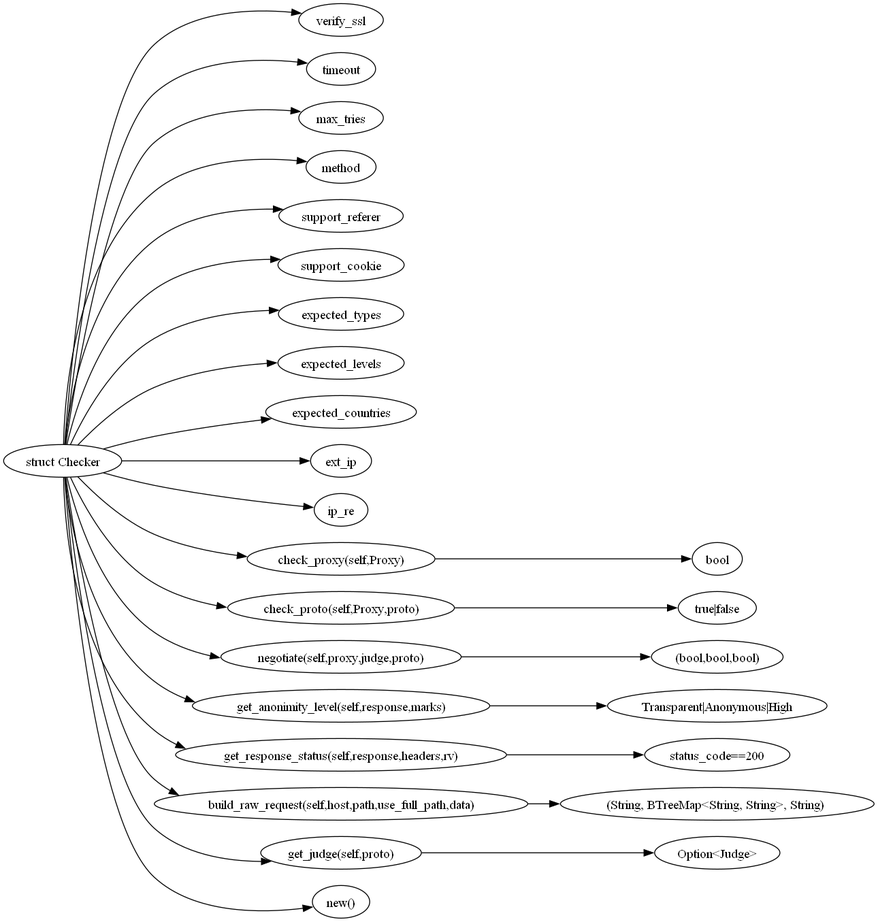
This is docs/checker/checker.c.png from softtiny/proxy.rs, a Graphviz export, as it was before one commit. Its source is kept beside it as docs/checker/checker.c.dot.
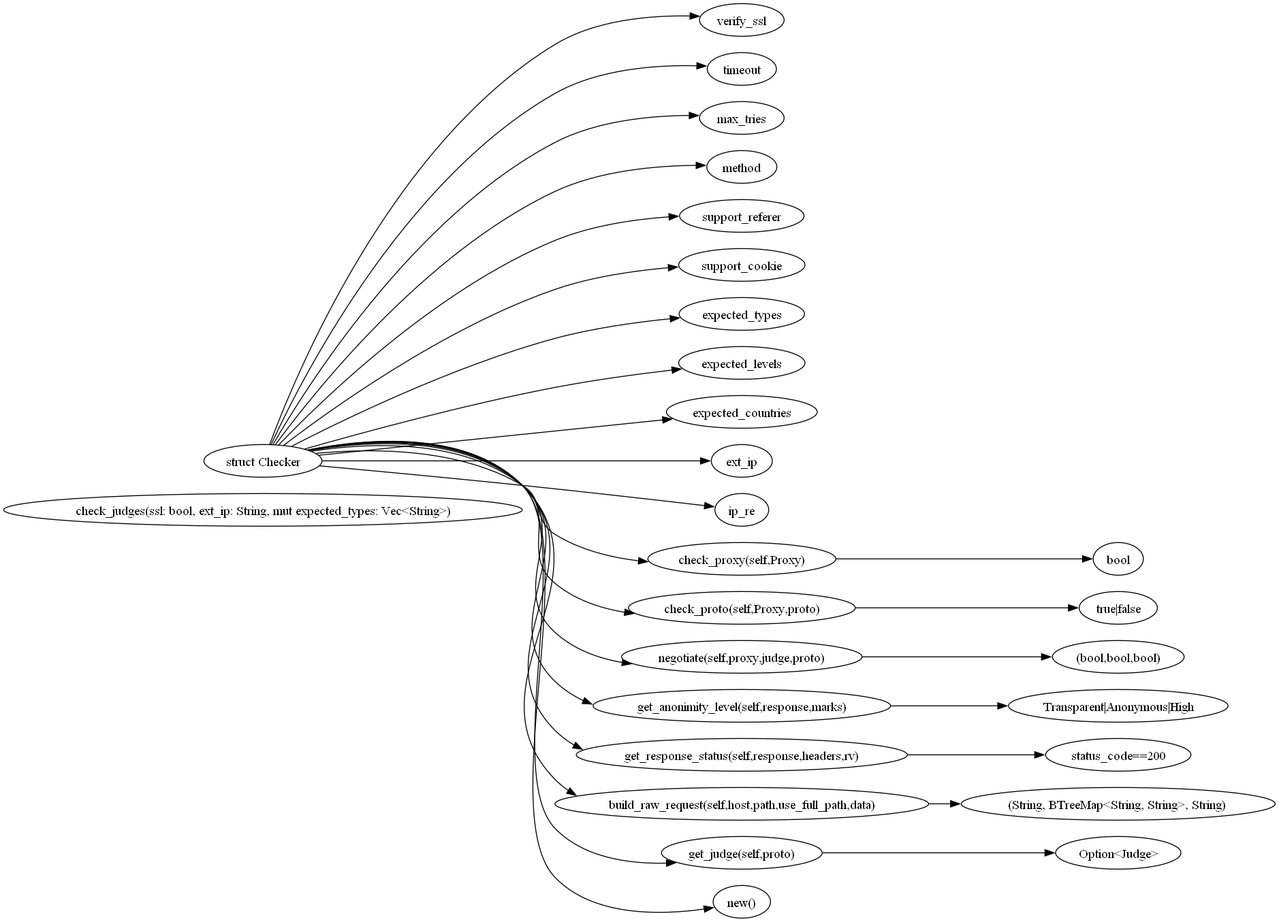
Above is the later version.

Change to the diagram source:
```diff
@@ -2,6 +2,7 @@
     graph [
         rankdir=LR,
     ]
+    "check_judges" [label="check_judges(ssl: bool, ext_ip: String, mut expected_types: Vec<String>)"]
     "checker" [label="struct Checker"]
     "checker" -> "verify_ssl"
     "checker" -> "timeout"
```
